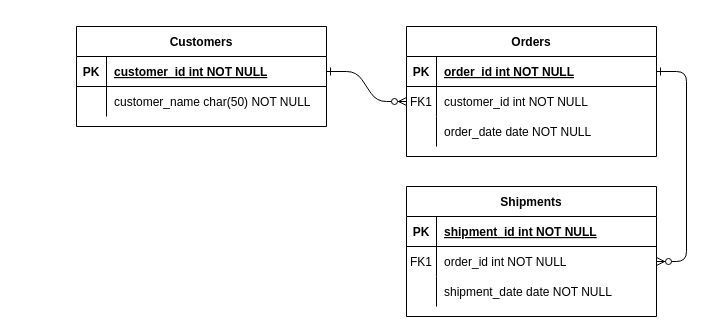
This is 未命名绘图.drawio from tro-lee/miniCool, a draw.io file, before an edit. Source tidied: cells renumbered, new cells numbered last; positions are measured from the earlier drawing's top-left corner, leaving out a move shared by most shapes. Both pictures are drawn from the tidied source at 100%, with x=0, y=0 at pixel (76, 26).
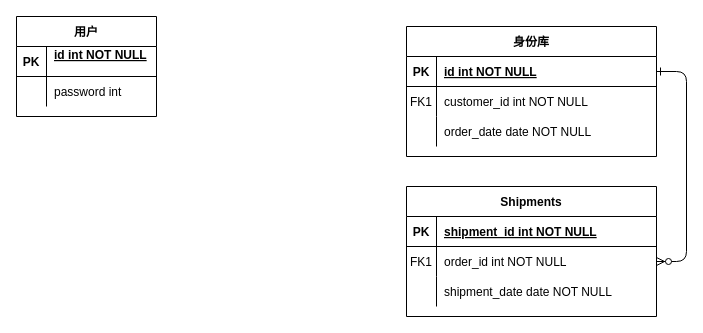
The same page after the edit.

Commit message:
更新未命名绘图.drawio

The change refers to these unchanged cells:
```xml
<mxCell id="5" style="shape=partialRectangle;fillColor=none;points=[[0,0.5],[1,0.5]];portConstraint=eastwest;top=0;left=0;right=0;bottom=1;" parent="4" vertex="1">
  <mxGeometry y="30" width="250" height="30" as="geometry" />
</mxCell>
<mxCell id="8" style="shape=partialRectangle;fillColor=none;points=[[0,0.5],[1,0.5]];portConstraint=eastwest;top=0;left=0;right=0;bottom=0;" parent="4" vertex="1">
  <mxGeometry y="60" width="250" height="30" as="geometry" />
</mxCell>
```

What changed in the source:
```diff
@@
-    <mxCell id="2" style="edgeStyle=entityRelationEdgeStyle;endArrow=ERzeroToMany;startArrow=ERone;endFill=1;startFill=0;" parent="1" edge="1" source="25" target="8">
-      <mxGeometry relative="1" as="geometry" />
-    </mxCell>
@@
-    <mxCell id="4" value="Orders" style="shape=table;startSize=30;childLayout=tableLayout;rowLines=0;fontStyle=1;align=center;" parent="1" vertex="1">
+    <mxCell id="4" value="身份库" style="shape=table;startSize=30;childLayout=tableLayout;rowLines=0;fontStyle=1;align=center;" parent="1" vertex="1">
       <mxGeometry x="330" width="250" height="130" as="geometry" />
     </mxCell>
@@
-    <mxCell id="7" value="order_id int NOT NULL " style="shape=partialRectangle;overflow=hidden;fillColor=none;top=0;left=0;bottom=0;right=0;align=left;spacingLeft=6;fontStyle=5;" parent="5" vertex="1">
+    <mxCell id="7" value="id int NOT NULL " style="shape=partialRectangle;overflow=hidden;fillColor=none;top=0;left=0;bottom=0;right=0;align=left;spacingLeft=6;fontStyle=5;" parent="5" vertex="1">
       <mxGeometry x="30" width="220" height="30" as="geometry" />
     </mxCell>
@@
-    <mxCell id="24" value="Customers" style="shape=table;startSize=30;childLayout=tableLayout;rowLines=0;fontStyle=1;align=center;" parent="1" vertex="1">
-      <mxGeometry width="250" height="100" as="geometry" />
+    <mxCell id="24" value="用户" style="shape=table;startSize=30;childLayout=tableLayout;rowLines=0;fontStyle=1;align=center;" parent="1" vertex="1">
+      <mxGeometry x="-60" y="-10" width="140" height="100" as="geometry" />
     </mxCell>
     <mxCell id="25" style="shape=partialRectangle;fillColor=none;points=[[0,0.5],[1,0.5]];portConstraint=eastwest;top=0;left=0;right=0;bottom=1;" parent="24" vertex="1">
-      <mxGeometry y="30" width="250" height="30" as="geometry" />
+      <mxGeometry y="30" width="140" height="30" as="geometry" />
     </mxCell>
@@
-    <mxCell id="27" value="customer_id int NOT NULL " style="shape=partialRectangle;overflow=hidden;fillColor=none;top=0;left=0;bottom=0;right=0;align=left;spacingLeft=6;fontStyle=5;" parent="25" vertex="1">
-      <mxGeometry x="30" width="220" height="30" as="geometry" />
+    <mxCell id="27" value="id int NOT NULL&#10;" style="shape=partialRectangle;overflow=hidden;fillColor=none;top=0;left=0;bottom=0;right=0;align=left;spacingLeft=6;fontStyle=5;" parent="25" vertex="1">
+      <mxGeometry x="30" width="110" height="30" as="geometry" />
     </mxCell>
     <mxCell id="28" style="shape=partialRectangle;fillColor=none;top=0;left=0;right=0;bottom=0;" parent="24" vertex="1">
-      <mxGeometry y="60" width="250" height="30" as="geometry" />
+      <mxGeometry y="60" width="140" height="30" as="geometry" />
     </mxCell>
@@
-    <mxCell id="30" value="customer_name char(50) NOT NULL" style="shape=partialRectangle;overflow=hidden;fillColor=none;top=0;left=0;bottom=0;right=0;align=left;spacingLeft=6;" parent="28" vertex="1">
-      <mxGeometry x="30" width="220" height="30" as="geometry" />
+    <mxCell id="30" value="password int" style="shape=partialRectangle;overflow=hidden;fillColor=none;top=0;left=0;bottom=0;right=0;align=left;spacingLeft=6;" parent="28" vertex="1">
+      <mxGeometry x="30" width="110" height="30" as="geometry" />
     </mxCell>
```
